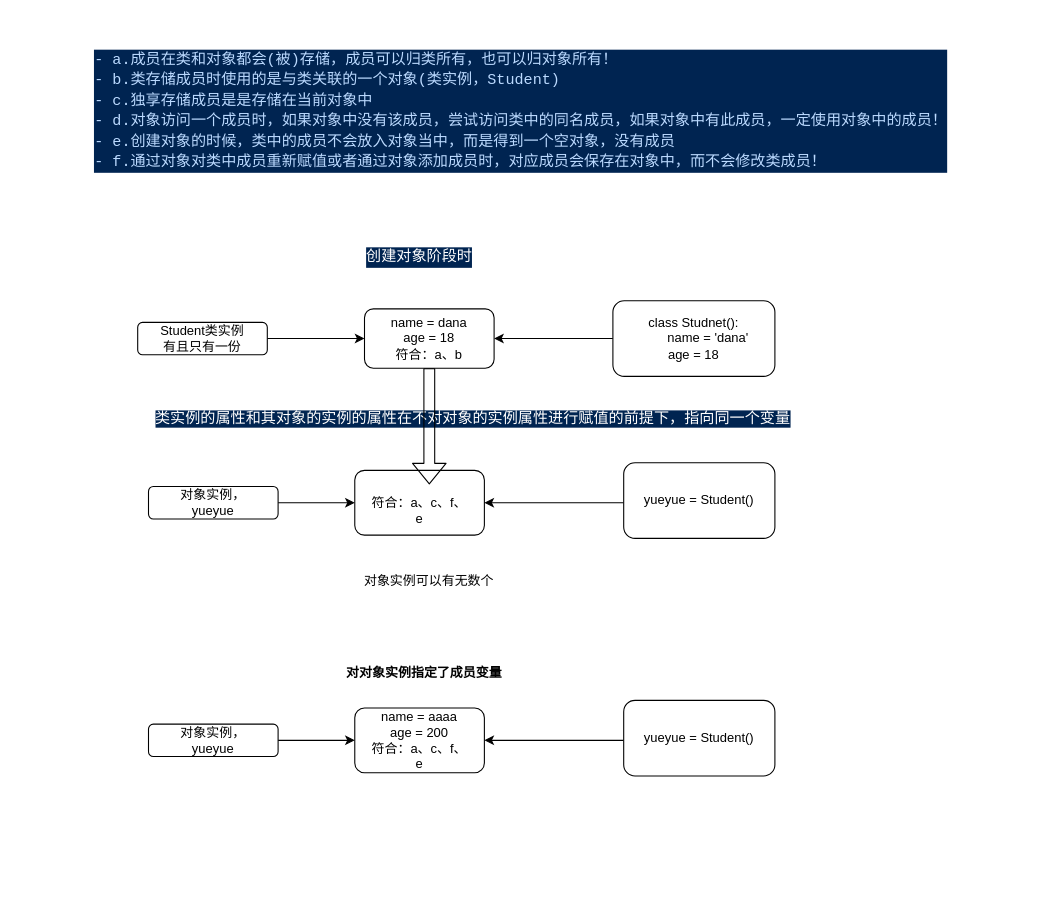
Earlier version of the draw.io diagram 1-python基础/2-OOP/oop.drawio (legend3/Turing). Source tidied: cells renumbered, new cells numbered last; positions are measured from the earlier drawing's top-left corner, leaving out a move shared by most shapes. Both pictures are drawn from the tidied source at 108%, with x=0, y=0 at pixel (18, 84).
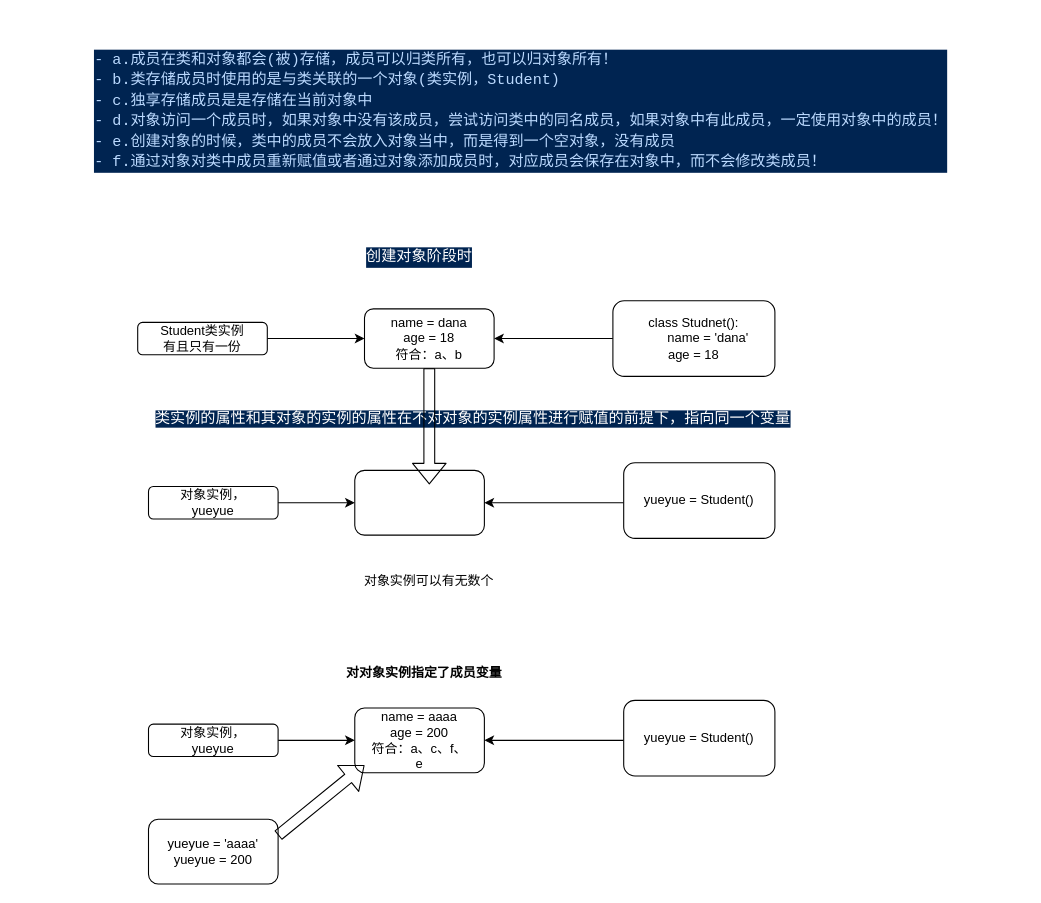
The same page after the edit.

Unchanged cells that the change refers to:
```xml
<mxCell id="14" value="name = aaaa&lt;br&gt;age = 200&lt;br&gt;符合：a、c、f、&lt;br&gt;e" style="rounded=1;whiteSpace=wrap;html=1;" parent="1" vertex="1">
  <mxGeometry x="311" y="577" width="120" height="60" as="geometry" />
</mxCell>
```

The edit, as a diff of the source:
```diff
@@
-    <mxCell id="7" value="&lt;br&gt;符合：a、c、f、&lt;br&gt;e" style="rounded=1;whiteSpace=wrap;html=1;" parent="1" vertex="1">
+    <mxCell id="7" style="rounded=1;whiteSpace=wrap;html=1;" parent="1" vertex="1">
       <mxGeometry x="311" y="357" width="120" height="60" as="geometry" />
     </mxCell>
@@
+    <mxCell id="23" value="yueyue = 'aaaa'&lt;br&gt;yueyue = 200" style="rounded=1;whiteSpace=wrap;html=1;" parent="1" vertex="1">
+      <mxGeometry x="120" y="680" width="120" height="60" as="geometry" />
+    </mxCell>
+    <mxCell id="24" style="shape=flexArrow;endArrow=classic;html=1;entryX=0.075;entryY=0.883;entryDx=0;entryDy=0;entryPerimeter=0;exitX=1;exitY=0.25;exitDx=0;exitDy=0;" parent="1" edge="1" source="23" target="14">
+      <mxGeometry relative="1" as="geometry" />
+    </mxCell>
```
